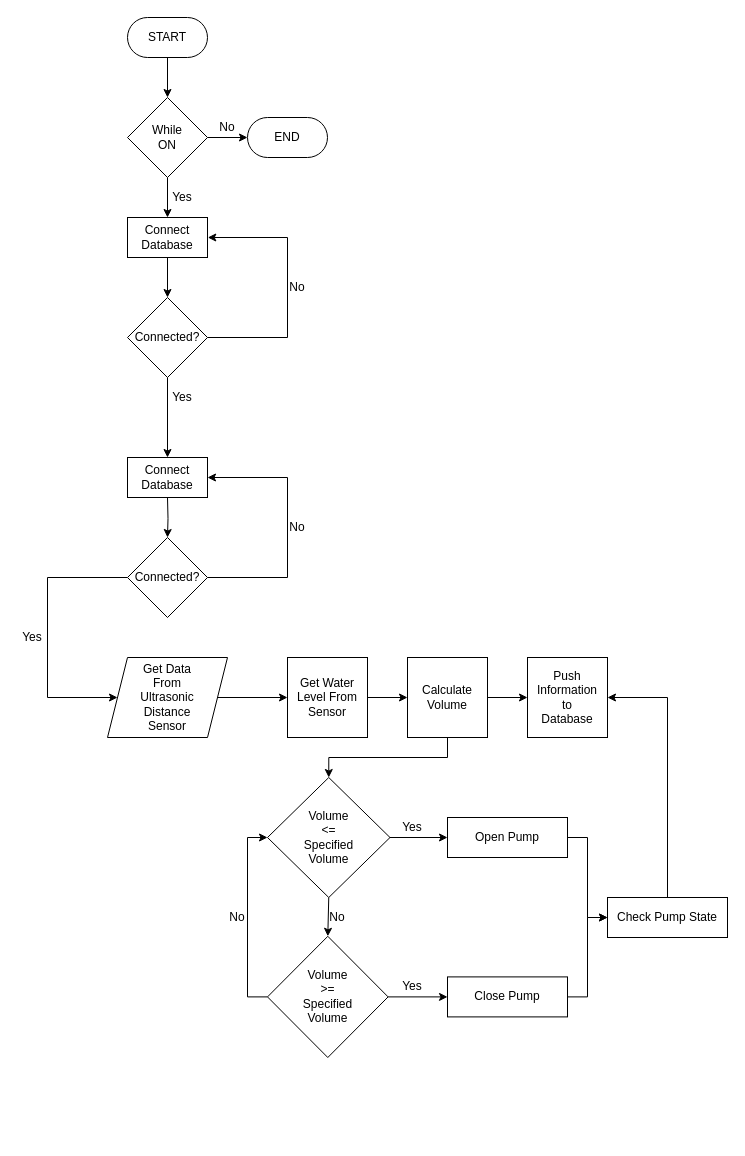
Before: Project Report/Title Defense/Water-Level-Flowchart.drawio in AryalKTM/water-level-tracking, a draw.io diagram. Source tidied: cells renumbered, new cells numbered last; positions are measured from the earlier drawing's top-left corner, leaving out a move shared by most shapes. Both pictures are drawn from the tidied source at 100%, with x=0, y=0 at pixel (17, 17).
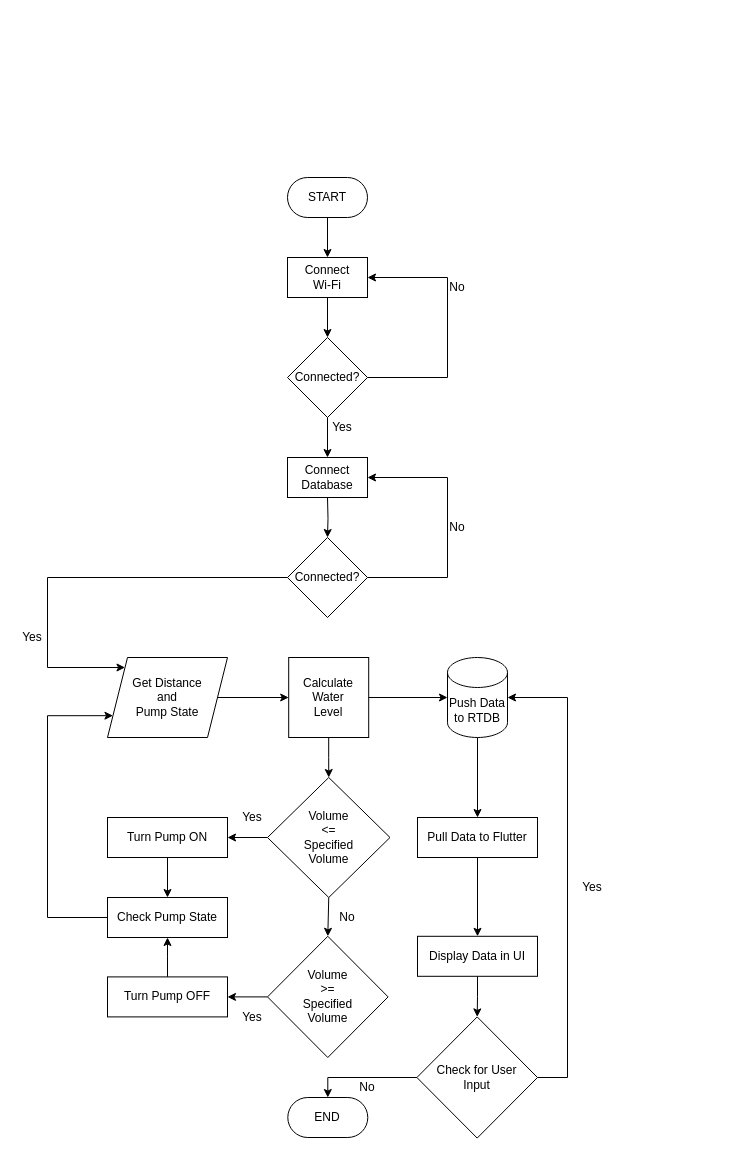
Above is the later version.

Change to the diagram source:
```diff
@@
-    <mxCell id="2" style="edgeStyle=orthogonalEdgeStyle;rounded=0;jettySize=auto;html=1;exitX=0.5;exitY=1;exitDx=0;exitDy=0;entryX=0.5;entryY=0;entryDx=0;entryDy=0;" parent="1" edge="1" source="3" target="6">
-      <mxGeometry relative="1" as="geometry" />
-    </mxCell>
+    <mxCell id="11" style="edgeStyle=orthogonalEdgeStyle;rounded=0;jettySize=auto;html=1;exitX=0;exitY=0.5;exitDx=0;exitDy=0;" parent="1" edge="1" source="12" target="14">
+      <mxGeometry relative="1" as="geometry">
+        <Array as="points">
+          <mxPoint x="30" y="560" />
+          <mxPoint x="30" y="650" />
+        </Array>
+      </mxGeometry>
+    </mxCell>
+    <mxCell id="48" style="edgeStyle=orthogonalEdgeStyle;rounded=0;jettySize=auto;html=1;" parent="1" edge="1" source="14" target="19">
+      <mxGeometry relative="1" as="geometry" />
+    </mxCell>
+    <mxCell id="14" value="Get Distance&lt;br&gt;and&lt;br&gt;Pump State" style="shape=parallelogram;perimeter=parallelogramPerimeter;whiteSpace=wrap;html=1;fixedSize=1;" parent="1" vertex="1">
+      <mxGeometry x="90" y="640" width="120" height="80" as="geometry" />
+    </mxCell>
+    <mxCell id="18" style="edgeStyle=orthogonalEdgeStyle;rounded=0;jettySize=auto;html=1;exitX=0.5;exitY=1;exitDx=0;exitDy=0;entryX=0.5;entryY=0;entryDx=0;entryDy=0;" parent="1" edge="1" source="19" target="23">
+      <mxGeometry relative="1" as="geometry" />
+    </mxCell>
+    <mxCell id="19" value="Calculate&lt;br&gt;Water&lt;br&gt;Level" style="whiteSpace=wrap;html=1;" parent="1" vertex="1">
+      <mxGeometry x="271.2" y="640" width="80" height="80" as="geometry" />
+    </mxCell>
+    <mxCell id="21" style="edgeStyle=orthogonalEdgeStyle;rounded=0;jettySize=auto;html=1;exitX=0.5;exitY=1;exitDx=0;exitDy=0;entryX=0.5;entryY=0;entryDx=0;entryDy=0;" parent="1" edge="1" source="23" target="26">
+      <mxGeometry relative="1" as="geometry" />
+    </mxCell>
+    <mxCell id="49" style="edgeStyle=orthogonalEdgeStyle;rounded=0;jettySize=auto;html=1;entryX=1;entryY=0.5;entryDx=0;entryDy=0;" parent="1" edge="1" source="23" target="51">
+      <mxGeometry relative="1" as="geometry" />
+    </mxCell>
+    <mxCell id="23" value="Volume&lt;br&gt;&amp;lt;=&lt;br&gt;Specified&lt;br&gt;Volume" style="rhombus;whiteSpace=wrap;html=1;" parent="1" vertex="1">
+      <mxGeometry x="250" y="760" width="122.5" height="120" as="geometry" />
+    </mxCell>
+    <mxCell id="24" style="edgeStyle=orthogonalEdgeStyle;rounded=0;jettySize=auto;html=1;entryX=1;entryY=0.5;entryDx=0;entryDy=0;" parent="1" edge="1" source="26" target="30">
+      <mxGeometry relative="1" as="geometry" />
+    </mxCell>
+    <mxCell id="26" value="Volume&lt;br&gt;&amp;gt;=&lt;br&gt;Specified&lt;br&gt;Volume" style="rhombus;whiteSpace=wrap;html=1;" parent="1" vertex="1">
+      <mxGeometry x="250" y="918.8" width="120.6" height="121.2" as="geometry" />
+    </mxCell>
+    <mxCell id="29" style="edgeStyle=orthogonalEdgeStyle;rounded=0;jettySize=auto;html=1;entryX=0.5;entryY=1;entryDx=0;entryDy=0;" parent="1" edge="1" source="30" target="32">
+      <mxGeometry relative="1" as="geometry" />
+    </mxCell>
+    <mxCell id="30" value="Turn Pump OFF" style="rounded=0;whiteSpace=wrap;html=1;" parent="1" vertex="1">
+      <mxGeometry x="90" y="959.4" width="120" height="40" as="geometry" />
+    </mxCell>
+    <mxCell id="34" value="Yes" style="text;html=1;strokeColor=none;fillColor=none;align=center;verticalAlign=middle;whiteSpace=wrap;rounded=0;" parent="1" vertex="1">
+      <mxGeometry x="220" y="790" width="30" height="20" as="geometry" />
+    </mxCell>
+    <mxCell id="35" value="Yes" style="text;html=1;strokeColor=none;fillColor=none;align=center;verticalAlign=middle;whiteSpace=wrap;rounded=0;" parent="1" vertex="1">
+      <mxGeometry x="220" y="990" width="30" height="20" as="geometry" />
+    </mxCell>
+    <mxCell id="36" value="Yes" style="text;html=1;strokeColor=none;fillColor=none;align=center;verticalAlign=middle;whiteSpace=wrap;rounded=0;" parent="1" vertex="1">
+      <mxGeometry y="610" width="30" height="20" as="geometry" />
+    </mxCell>
+    <mxCell id="38" value="No" style="text;html=1;strokeColor=none;fillColor=none;align=center;verticalAlign=middle;whiteSpace=wrap;rounded=0;" parent="1" vertex="1">
+      <mxGeometry x="320" y="890" width="20" height="20" as="geometry" />
+    </mxCell>
+    <mxCell id="50" style="edgeStyle=orthogonalEdgeStyle;rounded=0;jettySize=auto;html=1;entryX=0.5;entryY=0;entryDx=0;entryDy=0;" parent="1" edge="1" source="51" target="32">
+      <mxGeometry relative="1" as="geometry" />
+    </mxCell>
+    <mxCell id="51" value="Turn Pump ON" style="rounded=0;whiteSpace=wrap;html=1;" parent="1" vertex="1">
+      <mxGeometry x="90" y="800" width="120" height="40" as="geometry" />
+    </mxCell>
+    <mxCell id="52" style="edgeStyle=orthogonalEdgeStyle;rounded=0;jettySize=auto;html=1;entryX=0;entryY=0.75;entryDx=0;entryDy=0;" parent="1" edge="1" source="32" target="14">
+      <mxGeometry relative="1" as="geometry">
+        <Array as="points">
+          <mxPoint x="30" y="900" />
+          <mxPoint x="30" y="698" />
+        </Array>
+      </mxGeometry>
+    </mxCell>
+    <mxCell id="32" value="Check Pump State" style="rounded=0;whiteSpace=wrap;html=1;" parent="1" vertex="1">
+      <mxGeometry x="90" y="880" width="120" height="40" as="geometry" />
+    </mxCell>
+    <mxCell id="53" style="edgeStyle=orthogonalEdgeStyle;rounded=0;jettySize=auto;html=1;entryX=0.5;entryY=0;entryDx=0;entryDy=0;" parent="1" edge="1" source="54" target="57">
+      <mxGeometry relative="1" as="geometry" />
+    </mxCell>
+    <mxCell id="54" value="Push Data to RTDB" style="shape=cylinder3;whiteSpace=wrap;html=1;boundedLbl=1;backgroundOutline=1;size=15;" parent="1" vertex="1">
+      <mxGeometry x="430" y="640" width="60" height="80" as="geometry" />
+    </mxCell>
+    <mxCell id="55" style="edgeStyle=orthogonalEdgeStyle;rounded=0;jettySize=auto;html=1;entryX=0;entryY=0.5;entryDx=0;entryDy=0;entryPerimeter=0;" parent="1" edge="1" source="19" target="54">
+      <mxGeometry relative="1" as="geometry" />
+    </mxCell>
+    <mxCell id="56" style="edgeStyle=orthogonalEdgeStyle;rounded=0;jettySize=auto;html=1;entryX=0.5;entryY=0;entryDx=0;entryDy=0;" parent="1" edge="1" source="57" target="59">
+      <mxGeometry relative="1" as="geometry" />
+    </mxCell>
+    <mxCell id="57" value="Pull Data to Flutter" style="rounded=0;whiteSpace=wrap;html=1;" parent="1" vertex="1">
+      <mxGeometry x="400" y="800" width="120" height="40" as="geometry" />
+    </mxCell>
+    <mxCell id="58" style="edgeStyle=orthogonalEdgeStyle;rounded=0;jettySize=auto;html=1;entryX=0.5;entryY=0;entryDx=0;entryDy=0;" parent="1" edge="1" source="59" target="62">
+      <mxGeometry relative="1" as="geometry" />
+    </mxCell>
+    <mxCell id="59" value="Display Data in UI" style="rounded=0;whiteSpace=wrap;html=1;" parent="1" vertex="1">
+      <mxGeometry x="400" y="918.8" width="120" height="40" as="geometry" />
+    </mxCell>
+    <mxCell id="60" style="edgeStyle=orthogonalEdgeStyle;rounded=0;jettySize=auto;html=1;entryX=1;entryY=0.5;entryDx=0;entryDy=0;entryPerimeter=0;" parent="1" edge="1" source="62" target="54">
+      <mxGeometry relative="1" as="geometry">
+        <Array as="points">
+          <mxPoint x="550" y="1060" />
+          <mxPoint x="550" y="680" />
+        </Array>
+      </mxGeometry>
+    </mxCell>
+    <mxCell id="61" style="edgeStyle=orthogonalEdgeStyle;rounded=0;jettySize=auto;html=1;entryX=0.5;entryY=0;entryDx=0;entryDy=0;" parent="1" edge="1" source="62" target="7">
+      <mxGeometry relative="1" as="geometry" />
+    </mxCell>
+    <mxCell id="62" value="Check for User&lt;br&gt;Input" style="rhombus;whiteSpace=wrap;html=1;" parent="1" vertex="1">
+      <mxGeometry x="399.4" y="999.4" width="120.6" height="121.2" as="geometry" />
+    </mxCell>
+    <mxCell id="33" value="Yes" style="text;html=1;strokeColor=none;fillColor=none;align=center;verticalAlign=middle;whiteSpace=wrap;rounded=0;" parent="1" vertex="1">
+      <mxGeometry x="560" y="860" width="30" height="20" as="geometry" />
+    </mxCell>
+    <mxCell id="7" value="END" style="rounded=1;whiteSpace=wrap;html=1;arcSize=50;" parent="1" vertex="1">
+      <mxGeometry x="270.3" y="1080" width="80" height="40" as="geometry" />
+    </mxCell>
+    <mxCell id="63" value="No" style="text;html=1;strokeColor=none;fillColor=none;align=center;verticalAlign=middle;whiteSpace=wrap;rounded=0;" parent="1" vertex="1">
+      <mxGeometry x="340" y="1060" width="20" height="20" as="geometry" />
+    </mxCell>
+    <mxCell id="64" style="group;" parent="1" vertex="1">
+      <mxGeometry x="270" y="160" width="180" height="440" as="geometry" />
+    </mxCell>
-    <mxCell id="3" value="START" style="rounded=1;whiteSpace=wrap;html=1;arcSize=50;" parent="1" vertex="1">
-      <mxGeometry x="110" width="80" height="40" as="geometry" />
+    <mxCell id="3" value="START" style="rounded=1;whiteSpace=wrap;html=1;arcSize=50;" parent="64" vertex="1">
+      <mxGeometry width="80" height="40" as="geometry" />
     </mxCell>
-    <mxCell id="4" style="edgeStyle=orthogonalEdgeStyle;rounded=0;jettySize=auto;html=1;exitX=1;exitY=0.5;exitDx=0;exitDy=0;entryX=0;entryY=0.5;entryDx=0;entryDy=0;" parent="1" edge="1" source="6" target="7">
-      <mxGeometry relative="1" as="geometry" />
-    </mxCell>
-    <mxCell id="5" style="edgeStyle=orthogonalEdgeStyle;rounded=0;jettySize=auto;html=1;exitX=0.5;exitY=1;exitDx=0;exitDy=0;entryX=0.5;entryY=0;entryDx=0;entryDy=0;" parent="1" edge="1" source="6" target="42">
-      <mxGeometry relative="1" as="geometry" />
-    </mxCell>
-    <mxCell id="6" value="While&lt;br&gt;ON" style="rhombus;whiteSpace=wrap;html=1;" parent="1" vertex="1">
-      <mxGeometry x="110" y="80" width="80" height="80" as="geometry" />
-    </mxCell>
-    <mxCell id="7" value="END" style="rounded=1;whiteSpace=wrap;html=1;arcSize=50;" parent="1" vertex="1">
-      <mxGeometry x="230" y="100" width="80" height="40" as="geometry" />
-    </mxCell>
-    <mxCell id="8" style="edgeStyle=orthogonalEdgeStyle;rounded=0;jettySize=auto;html=1;exitX=0.5;exitY=1;exitDx=0;exitDy=0;" parent="1" edge="1" target="12">
+    <mxCell id="8" style="edgeStyle=orthogonalEdgeStyle;rounded=0;jettySize=auto;html=1;exitX=0.5;exitY=1;exitDx=0;exitDy=0;" parent="64" edge="1" target="12">
       <mxGeometry relative="1" as="geometry">
-        <mxPoint x="150" y="480" as="sourcePoint" />
+        <mxPoint x="40" y="320" as="sourcePoint" />
       </mxGeometry>
     </mxCell>
-    <mxCell id="9" value="Connect&lt;br&gt;Database" style="rounded=0;whiteSpace=wrap;html=1;" parent="1" vertex="1">
-      <mxGeometry x="110" y="440" width="80" height="40" as="geometry" />
+    <mxCell id="9" value="Connect&lt;br&gt;Database" style="rounded=0;whiteSpace=wrap;html=1;" parent="64" vertex="1">
+      <mxGeometry y="280" width="80" height="40" as="geometry" />
     </mxCell>
-    <mxCell id="10" style="edgeStyle=orthogonalEdgeStyle;rounded=0;jettySize=auto;html=1;exitX=1;exitY=0.5;exitDx=0;exitDy=0;entryX=1;entryY=0.5;entryDx=0;entryDy=0;" parent="1" edge="1" source="12">
+    <mxCell id="10" style="edgeStyle=orthogonalEdgeStyle;rounded=0;jettySize=auto;html=1;exitX=1;exitY=0.5;exitDx=0;exitDy=0;entryX=1;entryY=0.5;entryDx=0;entryDy=0;" parent="64" edge="1" source="12">
       <mxGeometry relative="1" as="geometry">
-        <mxPoint x="190" y="460" as="targetPoint" />
+        <mxPoint x="80" y="300" as="targetPoint" />
         <Array as="points">
-          <mxPoint x="270" y="560" />
-          <mxPoint x="270" y="460" />
+          <mxPoint x="160" y="400" />
+          <mxPoint x="160" y="300" />
         </Array>
       </mxGeometry>
     </mxCell>
-    <mxCell id="11" style="edgeStyle=orthogonalEdgeStyle;rounded=0;jettySize=auto;html=1;exitX=0;exitY=0.5;exitDx=0;exitDy=0;entryX=0;entryY=0.5;entryDx=0;entryDy=0;" parent="1" edge="1" source="12" target="14">
-      <mxGeometry relative="1" as="geometry">
-        <Array as="points">
-          <mxPoint x="30" y="560" />
-          <mxPoint x="30" y="680" />
-        </Array>
-      </mxGeometry>
-    </mxCell>
-    <mxCell id="12" value="Connected?" style="rhombus;whiteSpace=wrap;html=1;" parent="1" vertex="1">
-      <mxGeometry x="110" y="520" width="80" height="80" as="geometry" />
+    <mxCell id="12" value="Connected?" style="rhombus;whiteSpace=wrap;html=1;" parent="64" vertex="1">
+      <mxGeometry y="360" width="80" height="80" as="geometry" />
     </mxCell>
-    <mxCell id="13" style="edgeStyle=orthogonalEdgeStyle;rounded=0;jettySize=auto;html=1;exitX=1;exitY=0.5;exitDx=0;exitDy=0;entryX=0;entryY=0.5;entryDx=0;entryDy=0;" parent="1" edge="1" source="14" target="16">
-      <mxGeometry relative="1" as="geometry" />
-    </mxCell>
-    <mxCell id="14" value="Get Data&lt;br&gt;From&lt;br&gt;Ultrasonic&lt;br&gt;Distance&lt;br&gt;Sensor" style="shape=parallelogram;perimeter=parallelogramPerimeter;whiteSpace=wrap;html=1;fixedSize=1;" parent="1" vertex="1">
-      <mxGeometry x="90" y="640" width="120" height="80" as="geometry" />
-    </mxCell>
-    <mxCell id="15" style="edgeStyle=orthogonalEdgeStyle;rounded=0;jettySize=auto;html=1;exitX=1;exitY=0.5;exitDx=0;exitDy=0;" parent="1" edge="1" source="16" target="19">
-      <mxGeometry relative="1" as="geometry" />
-    </mxCell>
-    <mxCell id="16" value="Get Water&lt;br&gt;Level From&lt;br&gt;Sensor" style="whiteSpace=wrap;html=1;" parent="1" vertex="1">
-      <mxGeometry x="270" y="640" width="80" height="80" as="geometry" />
-    </mxCell>
-    <mxCell id="17" style="edgeStyle=orthogonalEdgeStyle;rounded=0;jettySize=auto;html=1;exitX=1;exitY=0.5;exitDx=0;exitDy=0;entryX=0;entryY=0.5;entryDx=0;entryDy=0;" parent="1" edge="1" source="19" target="20">
-      <mxGeometry relative="1" as="geometry" />
-    </mxCell>
-    <mxCell id="18" style="edgeStyle=orthogonalEdgeStyle;rounded=0;jettySize=auto;html=1;exitX=0.5;exitY=1;exitDx=0;exitDy=0;entryX=0.5;entryY=0;entryDx=0;entryDy=0;" parent="1" edge="1" source="19" target="23">
-      <mxGeometry relative="1" as="geometry" />
-    </mxCell>
-    <mxCell id="19" value="Calculate&lt;br&gt;Volume" style="whiteSpace=wrap;html=1;" parent="1" vertex="1">
-      <mxGeometry x="390" y="640" width="80" height="80" as="geometry" />
-    </mxCell>
-    <mxCell id="20" value="Push&lt;br&gt;Information&lt;br&gt;to&lt;br&gt;Database" style="whiteSpace=wrap;html=1;" parent="1" vertex="1">
-      <mxGeometry x="510" y="640" width="80" height="80" as="geometry" />
-    </mxCell>
-    <mxCell id="21" style="edgeStyle=orthogonalEdgeStyle;rounded=0;jettySize=auto;html=1;exitX=0.5;exitY=1;exitDx=0;exitDy=0;entryX=0.5;entryY=0;entryDx=0;entryDy=0;" parent="1" edge="1" source="23" target="26">
-      <mxGeometry relative="1" as="geometry" />
-    </mxCell>
-    <mxCell id="22" style="edgeStyle=orthogonalEdgeStyle;rounded=0;jettySize=auto;html=1;exitX=1;exitY=0.5;exitDx=0;exitDy=0;entryX=0;entryY=0.5;entryDx=0;entryDy=0;" parent="1" edge="1" source="23" target="28">
-      <mxGeometry relative="1" as="geometry" />
-    </mxCell>
-    <mxCell id="23" value="Volume&lt;br&gt;&amp;lt;=&lt;br&gt;Specified&lt;br&gt;Volume" style="rhombus;whiteSpace=wrap;html=1;" parent="1" vertex="1">
-      <mxGeometry x="250" y="760" width="122.5" height="120" as="geometry" />
-    </mxCell>
-    <mxCell id="24" style="edgeStyle=orthogonalEdgeStyle;rounded=0;jettySize=auto;html=1;" parent="1" edge="1" source="26" target="30">
-      <mxGeometry relative="1" as="geometry" />
-    </mxCell>
-    <mxCell id="25" style="edgeStyle=orthogonalEdgeStyle;rounded=0;jettySize=auto;html=1;exitX=0;exitY=0.5;exitDx=0;exitDy=0;entryX=0;entryY=0.5;entryDx=0;entryDy=0;" parent="1" edge="1" source="26" target="23">
-      <mxGeometry relative="1" as="geometry" />
-    </mxCell>
-    <mxCell id="26" value="Volume&lt;br&gt;&amp;gt;=&lt;br&gt;Specified&lt;br&gt;Volume" style="rhombus;whiteSpace=wrap;html=1;" parent="1" vertex="1">
-      <mxGeometry x="250" y="918.8" width="120.6" height="121.2" as="geometry" />
-    </mxCell>
-    <mxCell id="27" style="edgeStyle=orthogonalEdgeStyle;rounded=0;jettySize=auto;html=1;exitX=1;exitY=0.5;exitDx=0;exitDy=0;entryX=0;entryY=0.5;entryDx=0;entryDy=0;" parent="1" edge="1" source="28" target="32">
-      <mxGeometry relative="1" as="geometry" />
-    </mxCell>
-    <mxCell id="28" value="Open Pump" style="rounded=0;whiteSpace=wrap;html=1;" parent="1" vertex="1">
-      <mxGeometry x="430" y="800" width="120" height="40" as="geometry" />
-    </mxCell>
-    <mxCell id="29" style="edgeStyle=orthogonalEdgeStyle;rounded=0;jettySize=auto;html=1;exitX=1;exitY=0.5;exitDx=0;exitDy=0;entryX=0;entryY=0.5;entryDx=0;entryDy=0;" parent="1" edge="1" source="30" target="32">
-      <mxGeometry relative="1" as="geometry" />
-    </mxCell>
-    <mxCell id="30" value="Close Pump" style="rounded=0;whiteSpace=wrap;html=1;" parent="1" vertex="1">
-      <mxGeometry x="430" y="959.4" width="120" height="40" as="geometry" />
-    </mxCell>
-    <mxCell id="31" style="edgeStyle=orthogonalEdgeStyle;rounded=0;jettySize=auto;html=1;entryX=1;entryY=0.5;entryDx=0;entryDy=0;" parent="1" edge="1" source="32" target="20">
-      <mxGeometry relative="1" as="geometry" />
-    </mxCell>
-    <mxCell id="32" value="Check Pump State" style="rounded=0;whiteSpace=wrap;html=1;" parent="1" vertex="1">
-      <mxGeometry x="590" y="880" width="120" height="40" as="geometry" />
-    </mxCell>
-    <mxCell id="33" value="Yes" style="text;html=1;strokeColor=none;fillColor=none;align=center;verticalAlign=middle;whiteSpace=wrap;rounded=0;" parent="1" vertex="1">
-      <mxGeometry x="150" y="170" width="30" height="20" as="geometry" />
-    </mxCell>
-    <mxCell id="34" value="Yes" style="text;html=1;strokeColor=none;fillColor=none;align=center;verticalAlign=middle;whiteSpace=wrap;rounded=0;" parent="1" vertex="1">
-      <mxGeometry x="380" y="800" width="30" height="20" as="geometry" />
-    </mxCell>
-    <mxCell id="35" value="Yes" style="text;html=1;strokeColor=none;fillColor=none;align=center;verticalAlign=middle;whiteSpace=wrap;rounded=0;" parent="1" vertex="1">
-      <mxGeometry x="380" y="959.4" width="30" height="20" as="geometry" />
-    </mxCell>
-    <mxCell id="36" value="Yes" style="text;html=1;strokeColor=none;fillColor=none;align=center;verticalAlign=middle;whiteSpace=wrap;rounded=0;" parent="1" vertex="1">
-      <mxGeometry y="610" width="30" height="20" as="geometry" />
-    </mxCell>
-    <mxCell id="37" value="No" style="text;html=1;strokeColor=none;fillColor=none;align=center;verticalAlign=middle;whiteSpace=wrap;rounded=0;" parent="1" vertex="1">
-      <mxGeometry x="210" y="890" width="20" height="20" as="geometry" />
-    </mxCell>
-    <mxCell id="38" value="No" style="text;html=1;strokeColor=none;fillColor=none;align=center;verticalAlign=middle;whiteSpace=wrap;rounded=0;" parent="1" vertex="1">
-      <mxGeometry x="310" y="890" width="20" height="20" as="geometry" />
-    </mxCell>
-    <mxCell id="39" value="No" style="text;html=1;strokeColor=none;fillColor=none;align=center;verticalAlign=middle;whiteSpace=wrap;rounded=0;" parent="1" vertex="1">
-      <mxGeometry x="270" y="500" width="20" height="20" as="geometry" />
+    <mxCell id="39" value="No" style="text;html=1;strokeColor=none;fillColor=none;align=center;verticalAlign=middle;whiteSpace=wrap;rounded=0;" parent="64" vertex="1">
+      <mxGeometry x="160" y="340" width="20" height="20" as="geometry" />
     </mxCell>
-    <mxCell id="40" value="No" style="text;html=1;strokeColor=none;fillColor=none;align=center;verticalAlign=middle;whiteSpace=wrap;rounded=0;" parent="1" vertex="1">
-      <mxGeometry x="200" y="100" width="20" height="20" as="geometry" />
-    </mxCell>
-    <mxCell id="41" style="edgeStyle=orthogonalEdgeStyle;rounded=0;jettySize=auto;html=1;exitX=0.5;exitY=1;exitDx=0;exitDy=0;entryX=0.5;entryY=0;entryDx=0;entryDy=0;" parent="1" edge="1" source="42" target="45">
-      <mxGeometry relative="1" as="geometry" />
-    </mxCell>
-    <mxCell id="42" value="Connect&lt;br&gt;Database" style="rounded=0;whiteSpace=wrap;html=1;" parent="1" vertex="1">
-      <mxGeometry x="110" y="200" width="80" height="40" as="geometry" />
+    <mxCell id="42" value="Connect&lt;br&gt;Wi-Fi" style="rounded=0;whiteSpace=wrap;html=1;" parent="64" vertex="1">
+      <mxGeometry y="80" width="80" height="40" as="geometry" />
     </mxCell>
+    <mxCell id="65" style="edgeStyle=orthogonalEdgeStyle;rounded=0;jettySize=auto;html=1;entryX=0.5;entryY=0;entryDx=0;entryDy=0;" parent="64" edge="1" source="3" target="42">
+      <mxGeometry relative="1" as="geometry" />
+    </mxCell>
-    <mxCell id="43" style="edgeStyle=orthogonalEdgeStyle;rounded=0;jettySize=auto;html=1;exitX=0.5;exitY=1;exitDx=0;exitDy=0;entryX=0.5;entryY=0;entryDx=0;entryDy=0;" parent="1" edge="1" source="45" target="9">
+    <mxCell id="43" style="edgeStyle=orthogonalEdgeStyle;rounded=0;jettySize=auto;html=1;exitX=0.5;exitY=1;exitDx=0;exitDy=0;entryX=0.5;entryY=0;entryDx=0;entryDy=0;" parent="64" edge="1" source="45" target="9">
       <mxGeometry relative="1" as="geometry" />
     </mxCell>
-    <mxCell id="44" style="edgeStyle=orthogonalEdgeStyle;rounded=0;jettySize=auto;html=1;exitX=1;exitY=0.5;exitDx=0;exitDy=0;" parent="1" edge="1" source="45">
+    <mxCell id="44" style="edgeStyle=orthogonalEdgeStyle;rounded=0;jettySize=auto;html=1;exitX=1;exitY=0.5;exitDx=0;exitDy=0;" parent="64" edge="1" source="45">
       <mxGeometry relative="1" as="geometry">
-        <mxPoint x="190.3" y="220" as="targetPoint" />
+        <mxPoint x="80" y="100" as="targetPoint" />
         <Array as="points">
-          <mxPoint x="270" y="320" />
-          <mxPoint x="270" y="220" />
+          <mxPoint x="160" y="200" />
+          <mxPoint x="160" y="100" />
+          <mxPoint x="80" y="100" />
         </Array>
       </mxGeometry>
     </mxCell>
-    <mxCell id="45" value="Connected?" style="rhombus;whiteSpace=wrap;html=1;" parent="1" vertex="1">
-      <mxGeometry x="110" y="280" width="80" height="80" as="geometry" />
+    <mxCell id="45" value="Connected?" style="rhombus;whiteSpace=wrap;html=1;" parent="64" vertex="1">
+      <mxGeometry y="160" width="80" height="80" as="geometry" />
     </mxCell>
+    <mxCell id="41" style="edgeStyle=orthogonalEdgeStyle;rounded=0;jettySize=auto;html=1;exitX=0.5;exitY=1;exitDx=0;exitDy=0;entryX=0.5;entryY=0;entryDx=0;entryDy=0;" parent="64" edge="1" source="42" target="45">
+      <mxGeometry relative="1" as="geometry" />
+    </mxCell>
-    <mxCell id="46" value="Yes" style="text;html=1;strokeColor=none;fillColor=none;align=center;verticalAlign=middle;whiteSpace=wrap;rounded=0;" parent="1" vertex="1">
-      <mxGeometry x="150" y="370" width="30" height="20" as="geometry" />
+    <mxCell id="46" value="Yes" style="text;html=1;strokeColor=none;fillColor=none;align=center;verticalAlign=middle;whiteSpace=wrap;rounded=0;" parent="64" vertex="1">
+      <mxGeometry x="40" y="240" width="30" height="20" as="geometry" />
     </mxCell>
-    <mxCell id="47" value="No" style="text;html=1;strokeColor=none;fillColor=none;align=center;verticalAlign=middle;whiteSpace=wrap;rounded=0;" parent="1" vertex="1">
-      <mxGeometry x="270" y="260" width="20" height="20" as="geometry" />
+    <mxCell id="47" value="No" style="text;html=1;strokeColor=none;fillColor=none;align=center;verticalAlign=middle;whiteSpace=wrap;rounded=0;" parent="64" vertex="1">
+      <mxGeometry x="160" y="100" width="20" height="20" as="geometry" />
     </mxCell>
```
